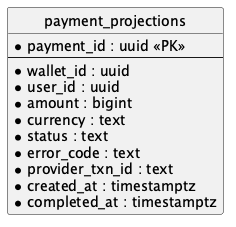
krsvyat/system-design keeps this PlantUML diagram as diagrams/erd/erd-query.png. Above is the earlier version.
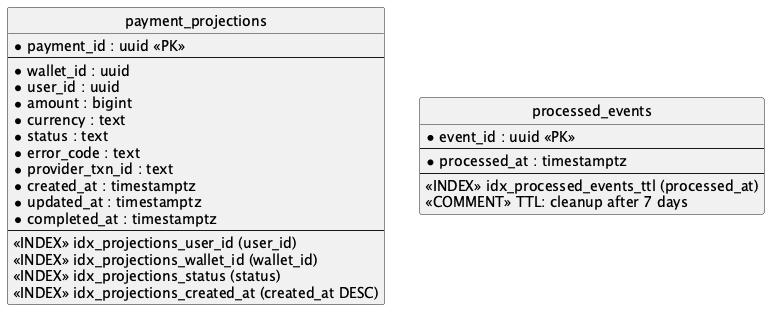
Later version of the same file.

Diff of the diagram source:
```diff
@@ -12,7 +12,22 @@
   * error_code : text
   * provider_txn_id : text
   * created_at : timestamptz
+  * updated_at : timestamptz
   * completed_at : timestamptz
+  --
+  <<INDEX>> idx_projections_user_id (user_id)
+  <<INDEX>> idx_projections_wallet_id (wallet_id)
+  <<INDEX>> idx_projections_status (status)
+  <<INDEX>> idx_projections_created_at (created_at DESC)
+}
+
+entity "processed_events" {
+  * event_id : uuid <<PK>>
+  --
+  * processed_at : timestamptz
+  --
+  <<INDEX>> idx_processed_events_ttl (processed_at)
+  <<COMMENT>> TTL: cleanup after 7 days
 }
 
 @enduml
```
